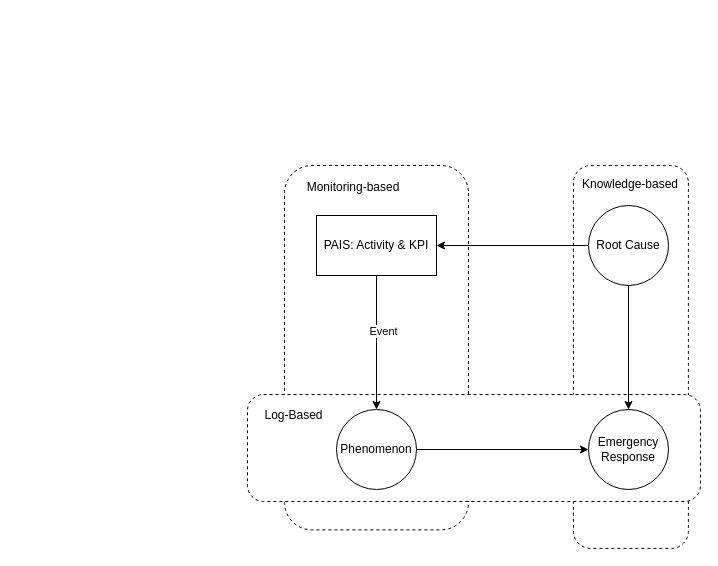
Earlier version of the draw.io diagram page "关系" (2 of 3) of 问题剖析.drawio (LiLiJacky/graphData). Source tidied: cells renumbered, new cells numbered last; positions are measured from the earlier drawing's top-left corner, leaving out a move shared by most shapes. Both pictures are drawn from the tidied source at 100%, with x=0, y=0 at pixel (194, 169).
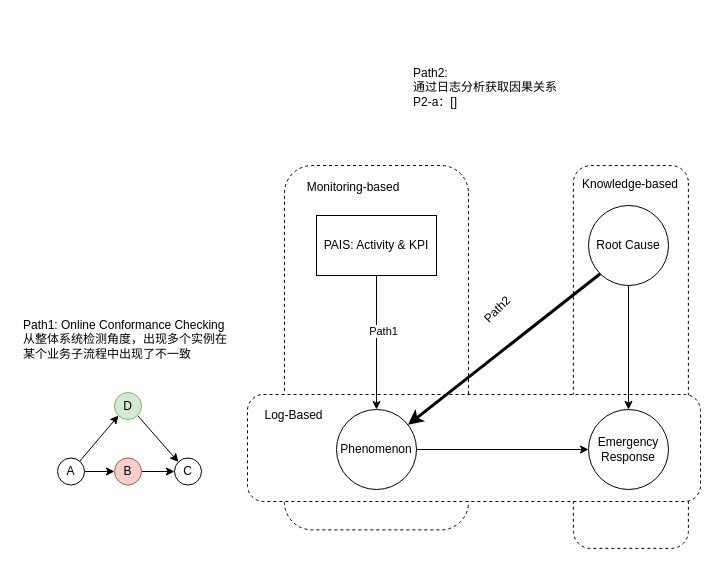
The same diagram, later.

Commit message:
更新问题剖析.drawio

Unchanged cells that the change refers to:
```xml
<mxCell id="7" value="Root Cause" style="ellipse;whiteSpace=wrap;html=1;" parent="1" vertex="1">
  <mxGeometry x="394" y="36" width="80" height="80" as="geometry" />
</mxCell>
<mxCell id="9" value="Phenomenon" style="ellipse;whiteSpace=wrap;html=1;" parent="1" vertex="1">
  <mxGeometry x="142" y="240" width="80" height="80" as="geometry" />
</mxCell>
<mxCell id="14" style="edgeStyle=orthogonalEdgeStyle;rounded=0;jettySize=auto;html=1;entryX=0.5;entryY=0;entryDx=0;entryDy=0;" parent="1" edge="1" source="16" target="9">
  <mxGeometry relative="1" as="geometry" />
</mxCell>
<mxCell id="16" value="&lt;div style=&quot;text-align: left;&quot;&gt;&lt;span style=&quot;background-color: initial;&quot;&gt;&lt;br&gt;&lt;/span&gt;&lt;/div&gt;&lt;div style=&quot;text-align: left;&quot;&gt;&lt;span style=&quot;background-color: initial;&quot;&gt;PAIS: Activity &amp;amp; KPI&lt;/span&gt;&lt;br&gt;&lt;/div&gt;&lt;span style=&quot;white-space: pre;&quot;&gt;&#9;&lt;/span&gt;" style="rounded=0;whiteSpace=wrap;html=1;" parent="1" vertex="1">
  <mxGeometry x="122" y="46" width="120" height="60" as="geometry" />
</mxCell>
```

Change to the diagram source:
```diff
@@
-    <mxCell id="5" style="rounded=0;jettySize=auto;html=1;exitX=0;exitY=0.5;exitDx=0;exitDy=0;entryX=1;entryY=0.5;entryDx=0;entryDy=0;" parent="1" edge="1" source="7" target="16">
+    <mxCell id="5" style="rounded=0;jettySize=auto;html=1;exitX=0;exitY=1;exitDx=0;exitDy=0;strokeWidth=3;" parent="1" edge="1" source="7" target="9">
       <mxGeometry relative="1" as="geometry" />
     </mxCell>
@@
-    <mxCell id="15" value="Event" style="edgeLabel;html=1;align=center;verticalAlign=middle;" parent="14" vertex="1">
+    <mxCell id="15" value="Path1" style="edgeLabel;html=1;align=center;verticalAlign=middle;" parent="14" vertex="1">
       <mxGeometry x="-0.3" y="3" relative="1" as="geometry">
         <mxPoint x="3" y="8" as="offset" />
       </mxGeometry>
     </mxCell>
@@
+    <mxCell id="17" value="Path1: Online Conformance Checking&lt;br&gt;从整体系统检测角度，出现多个实例在某个业务子流程中出现了不一致" style="text;strokeColor=none;fillColor=none;align=left;verticalAlign=middle;spacingLeft=4;spacingRight=4;overflow=hidden;whiteSpace=wrap;html=1;" parent="1" vertex="1">
+      <mxGeometry x="-177" y="100" width="224" height="140" as="geometry" />
+    </mxCell>
+    <mxCell id="18" style="edgeStyle=orthogonalEdgeStyle;rounded=0;jettySize=auto;html=1;" parent="1" edge="1" source="20" target="22">
+      <mxGeometry relative="1" as="geometry" />
+    </mxCell>
+    <mxCell id="19" style="rounded=0;jettySize=auto;html=1;entryX=0;entryY=1;entryDx=0;entryDy=0;" parent="1" edge="1" source="20" target="25">
+      <mxGeometry relative="1" as="geometry" />
+    </mxCell>
+    <mxCell id="20" value="A" style="ellipse;whiteSpace=wrap;html=1;" parent="1" vertex="1">
+      <mxGeometry x="-137" y="288.5" width="27" height="27" as="geometry" />
+    </mxCell>
+    <mxCell id="21" style="edgeStyle=orthogonalEdgeStyle;rounded=0;jettySize=auto;html=1;" parent="1" edge="1" source="22" target="23">
+      <mxGeometry relative="1" as="geometry" />
+    </mxCell>
+    <mxCell id="22" value="B" style="ellipse;whiteSpace=wrap;html=1;fillColor=#f8cecc;strokeColor=#b85450;" parent="1" vertex="1">
+      <mxGeometry x="-80" y="288.5" width="27" height="27" as="geometry" />
+    </mxCell>
+    <mxCell id="23" value="C" style="ellipse;whiteSpace=wrap;html=1;" parent="1" vertex="1">
+      <mxGeometry x="-20" y="288.5" width="27" height="27" as="geometry" />
+    </mxCell>
+    <mxCell id="24" style="rounded=0;jettySize=auto;html=1;entryX=0;entryY=0;entryDx=0;entryDy=0;exitX=1;exitY=1;exitDx=0;exitDy=0;" parent="1" edge="1" source="25" target="23">
+      <mxGeometry relative="1" as="geometry" />
+    </mxCell>
+    <mxCell id="25" value="D" style="ellipse;whiteSpace=wrap;html=1;fillColor=#d5e8d4;strokeColor=#82b366;" parent="1" vertex="1">
+      <mxGeometry x="-80" y="223" width="27" height="27" as="geometry" />
+    </mxCell>
+    <mxCell id="26" value="Path2" style="text;html=1;align=center;verticalAlign=middle;strokeColor=none;fillColor=none;rotation=-45;" parent="1" vertex="1">
+      <mxGeometry x="278" y="128" width="49" height="26" as="geometry" />
+    </mxCell>
+    <mxCell id="27" value="Path2:&lt;br&gt;通过日志分析获取因果关系&lt;br&gt;P2-a：[]" style="text;strokeColor=none;fillColor=none;align=left;verticalAlign=middle;spacingLeft=4;spacingRight=4;overflow=hidden;whiteSpace=wrap;html=1;" parent="1" vertex="1">
+      <mxGeometry x="213" y="-152" width="202" height="140" as="geometry" />
+    </mxCell>
```
